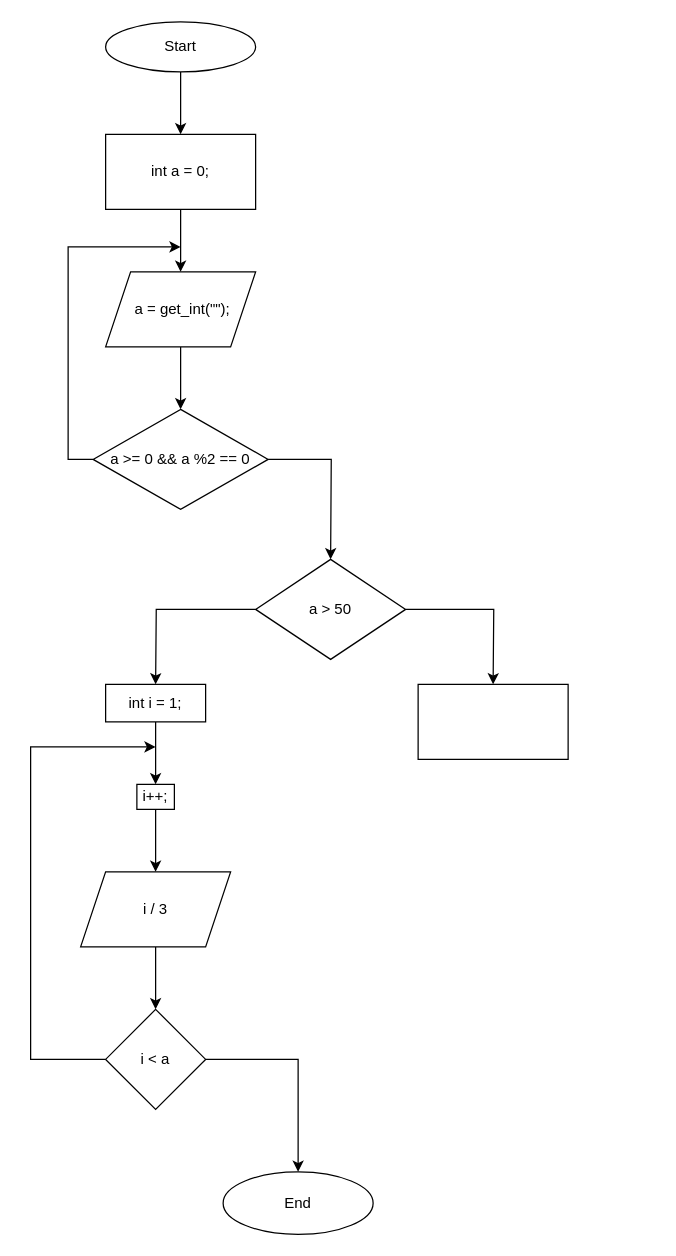
Above: Untitled Diagram.drawio in ArtemYo8283/test (draw.io), before the change. Source tidied: cells renumbered, new cells numbered last; positions are measured from the earlier drawing's top-left corner, leaving out a move shared by most shapes. Both pictures are drawn from the tidied source at 125%, with x=0, y=0 at pixel (30, 21).
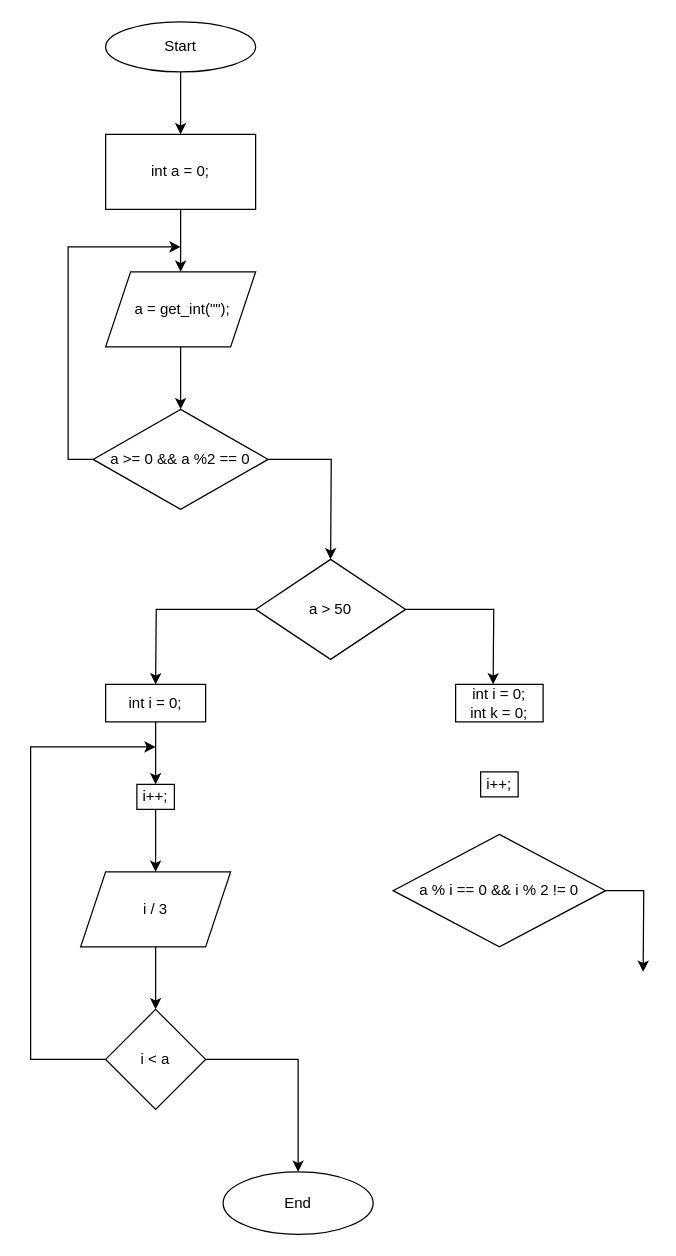
Above is the later version.

The edit, as a diff of the source:
```diff
@@
-    <mxCell id="12" style="rounded=0;whiteSpace=wrap;html=1;" parent="1" vertex="1">
-      <mxGeometry x="310" y="530" width="120" height="60" as="geometry" />
-    </mxCell>
@@
-    <mxCell id="17" value="int i = 1;" style="rounded=0;whiteSpace=wrap;html=1;" parent="1" vertex="1">
+    <mxCell id="17" value="int i = 0;" style="rounded=0;whiteSpace=wrap;html=1;" parent="1" vertex="1">
       <mxGeometry x="60" y="530" width="80" height="30" as="geometry" />
     </mxCell>
@@
+    <mxCell id="25" value="int i = 0;&lt;br&gt;int k = 0;" style="rounded=0;whiteSpace=wrap;html=1;" parent="1" vertex="1">
+      <mxGeometry x="340" y="530" width="70" height="30" as="geometry" />
+    </mxCell>
+    <mxCell id="26" style="edgeStyle=orthogonalEdgeStyle;rounded=0;jettySize=auto;html=1;" parent="1" edge="1" source="27">
+      <mxGeometry relative="1" as="geometry">
+        <mxPoint x="490" y="760" as="targetPoint" />
+      </mxGeometry>
+    </mxCell>
+    <mxCell id="27" value="a % i == 0 &amp;amp;&amp;amp; i % 2 != 0" style="rhombus;whiteSpace=wrap;html=1;" parent="1" vertex="1">
+      <mxGeometry x="290" y="650" width="170" height="90" as="geometry" />
+    </mxCell>
+    <mxCell id="28" value="i++;" style="rounded=0;whiteSpace=wrap;html=1;" parent="1" vertex="1">
+      <mxGeometry x="360" y="600" width="30" height="20" as="geometry" />
+    </mxCell>
```
